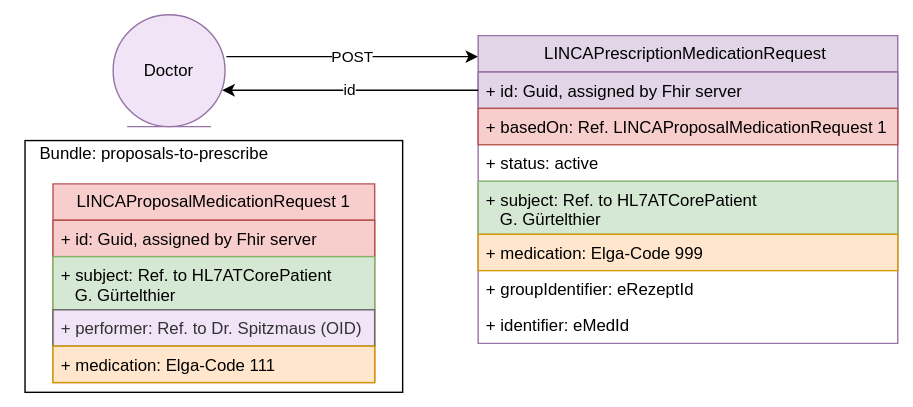
Earlier version of the draw.io export r5-LinkedCare-dev/UserStory_011_diagram.svg (HL7Austria/hl7austria.github.io). Source tidied: cells renumbered, new cells last; positions are measured from the earlier drawing's top-left corner, leaving out a move shared by most shapes.
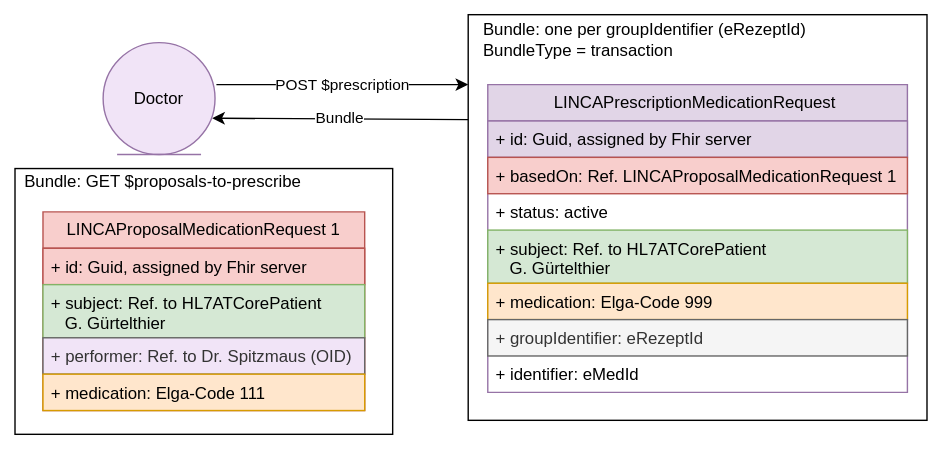
The same diagram one commit later.

Change to the diagram source:
```diff
@@ -2,17 +2,20 @@
   <root>
     <mxCell id="0" />
     <mxCell id="1" parent="0" />
+    <mxCell id="20" style="rounded=0;whiteSpace=wrap;html=1;" parent="1" vertex="1">
+      <mxGeometry x="331" y="-20" width="328" height="290" as="geometry" />
+    </mxCell>
     <mxCell id="2" style="rounded=0;whiteSpace=wrap;html=1;" parent="1" vertex="1">
-      <mxGeometry x="7" y="90" width="270" height="180" as="geometry" />
+      <mxGeometry x="7" y="90" width="270" height="190" as="geometry" />
     </mxCell>
-    <mxCell id="3" value="POST" style="endArrow=classic;html=1;rounded=0;" parent="1" edge="1">
+    <mxCell id="3" value="POST $prescription" style="endArrow=classic;html=1;rounded=0;" parent="1" edge="1">
       <mxGeometry relative="1" as="geometry">
         <mxPoint x="151" y="30" as="sourcePoint" />
         <mxPoint x="331" y="30" as="targetPoint" />
       </mxGeometry>
     </mxCell>
     <mxCell id="4" value="LINCAPrescriptionMedicationRequest&amp;nbsp;" style="swimlane;fontStyle=0;horizontal=1;startSize=26;fillColor=#e1d5e7;whiteSpace=wrap;html=1;strokeColor=#9673a6;" parent="1" vertex="1">
-      <mxGeometry x="331" y="15" width="300" height="220" as="geometry" />
+      <mxGeometry x="345" y="30" width="300" height="220" as="geometry" />
     </mxCell>
     <mxCell id="5" value="+ id: Guid, assigned by Fhir server" style="text;strokeColor=#9673a6;fillColor=#e1d5e7;align=left;verticalAlign=top;spacingLeft=4;spacingRight=4;overflow=hidden;points=[[0,0.5],[1,0.5]];portConstraint=eastwest;whiteSpace=wrap;html=1;" parent="4" vertex="1">
       <mxGeometry y="26" width="300" height="26" as="geometry" />
@@ -29,14 +32,15 @@
     <mxCell id="9" value="+ medication: Elga-Code 999" style="text;align=left;verticalAlign=top;spacingLeft=4;spacingRight=4;overflow=hidden;whiteSpace=wrap;html=1;fillColor=#ffe6cc;strokeColor=#d79b00;" parent="4" vertex="1">
       <mxGeometry y="142" width="300" height="26" as="geometry" />
     </mxCell>
-    <mxCell id="10" value="+ groupIdentifier: eRezeptId" style="text;align=left;verticalAlign=top;spacingLeft=4;spacingRight=4;overflow=hidden;whiteSpace=wrap;html=1;" parent="4" vertex="1">
+    <mxCell id="10" value="+ groupIdentifier: eRezeptId" style="text;align=left;verticalAlign=top;spacingLeft=4;spacingRight=4;overflow=hidden;whiteSpace=wrap;html=1;fillColor=#f5f5f5;fontColor=#333333;strokeColor=#666666;" parent="4" vertex="1">
       <mxGeometry y="168" width="300" height="26" as="geometry" />
     </mxCell>
     <mxCell id="11" value="+ identifier: eMedId" style="text;align=left;verticalAlign=top;spacingLeft=4;spacingRight=4;overflow=hidden;whiteSpace=wrap;html=1;" parent="4" vertex="1">
       <mxGeometry y="194" width="300" height="26" as="geometry" />
     </mxCell>
-    <mxCell id="12" value="id" style="endArrow=classic;html=1;rounded=0;exitX=0;exitY=0.5;exitDx=0;exitDy=0;" parent="1" edge="1" source="5">
+    <mxCell id="12" value="Bundle" style="endArrow=classic;html=1;rounded=0;" parent="1" edge="1">
       <mxGeometry relative="1" as="geometry">
+        <mxPoint x="331" y="55" as="sourcePoint" />
         <mxPoint x="148" y="54" as="targetPoint" />
       </mxGeometry>
     </mxCell>
@@ -55,11 +59,14 @@
     <mxCell id="17" value="+ medication: Elga-Code 111" style="text;align=left;verticalAlign=top;spacingLeft=4;spacingRight=4;overflow=hidden;whiteSpace=wrap;html=1;fillColor=#ffe6cc;strokeColor=#d79b00;" parent="13" vertex="1">
       <mxGeometry y="116" width="230" height="26" as="geometry" />
     </mxCell>
-    <mxCell id="18" value="Bundle: proposals-to-prescribe" style="text;html=1;strokeColor=none;fillColor=none;align=center;verticalAlign=middle;whiteSpace=wrap;rounded=0;" parent="1" vertex="1">
-      <mxGeometry y="85" width="199" height="30" as="geometry" />
+    <mxCell id="18" value="Bundle: GET $proposals-to-prescribe" style="text;html=1;strokeColor=none;fillColor=none;align=center;verticalAlign=middle;whiteSpace=wrap;rounded=0;" parent="1" vertex="1">
+      <mxGeometry x="7" y="85" width="212" height="30" as="geometry" />
     </mxCell>
     <mxCell id="19" value="Doctor" style="ellipse;shape=umlEntity;whiteSpace=wrap;html=1;fillColor=#F1E4F7;strokeColor=#9673a6;" parent="1" vertex="1">
       <mxGeometry x="70" width="80" height="80" as="geometry" />
     </mxCell>
+    <mxCell id="21" value="Bundle: one per groupIdentifier (eRezeptId)&lt;br&gt;BundleType = transaction" style="text;html=1;strokeColor=none;fillColor=none;align=left;verticalAlign=middle;whiteSpace=wrap;rounded=0;" parent="1" vertex="1">
+      <mxGeometry x="340" y="-17" width="249" height="30" as="geometry" />
+    </mxCell>
   </root>
 </mxGraphModel>
```
